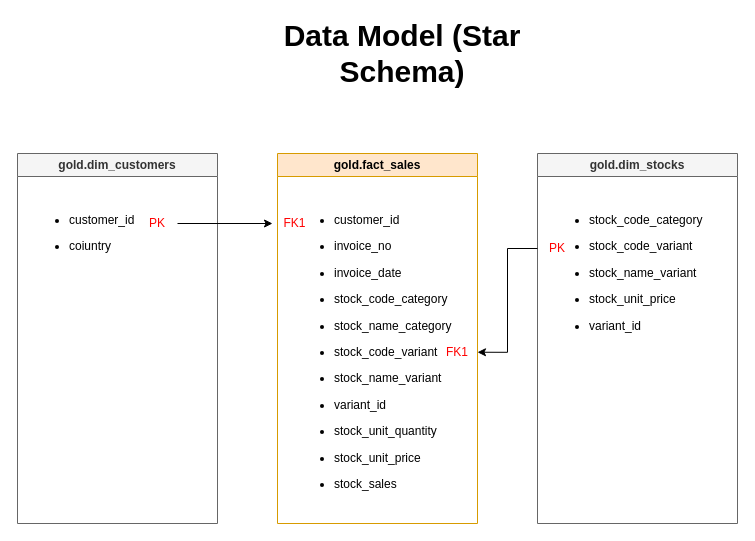
ChinKF99/Project-2-E-Commerce-Data-Analysis keeps this draw.io diagram as Data Model.drawio. Above is the earlier version. Source tidied: cells renumbered, new cells numbered last; positions are measured from the earlier drawing's top-left corner, leaving out a move shared by most shapes. Both pictures are drawn from the tidied source at 100%, with x=0, y=0 at pixel (17, 23).
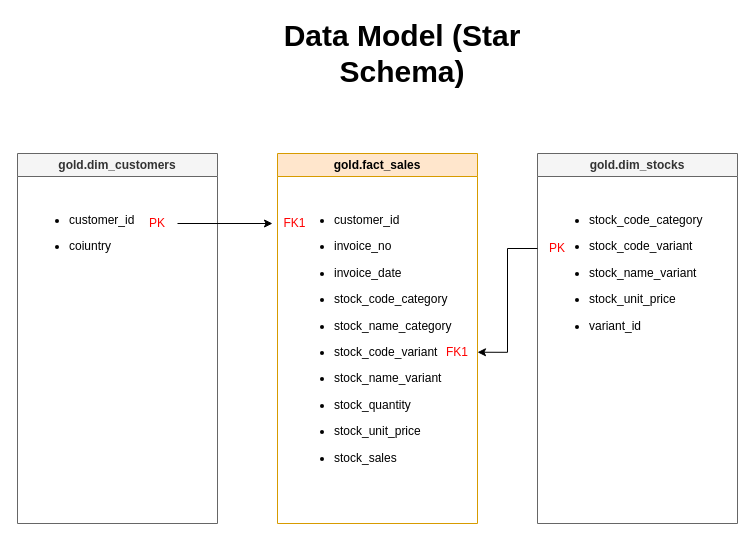
The same page after the edit.

The edit, as a diff of the source:
```diff
@@
 <mxGraphModel>
   <root>
     <mxCell id="0" />
     <mxCell id="1" parent="0" />
     <mxCell id="2" value="Data Model (Star Schema)" style="text;html=1;align=center;verticalAlign=middle;whiteSpace=wrap;rounded=0;strokeWidth=1;fontSize=30;fontStyle=1;" parent="1" vertex="1">
       <mxGeometry x="220" width="330" height="60" as="geometry" />
     </mxCell>
     <mxCell id="3" value="&lt;font color=&quot;#000000&quot;&gt;gold.fact_sales&lt;/font&gt;" style="swimlane;whiteSpace=wrap;html=1;fillColor=#ffe6cc;strokeColor=#d79b00;" parent="1" vertex="1">
       <mxGeometry x="260" y="130" width="200" height="370" as="geometry" />
     </mxCell>
-    <mxCell id="4" value="&lt;ul style=&quot;line-height: 220%;&quot;&gt;&lt;li&gt;&lt;font&gt;customer_id&lt;/font&gt;&lt;/li&gt;&lt;li&gt;&lt;span style=&quot;background-color: transparent; color: light-dark(rgb(0, 0, 0), rgb(255, 255, 255));&quot;&gt;invoice_no&lt;/span&gt;&lt;/li&gt;&lt;li&gt;invoice_date&lt;/li&gt;&lt;li&gt;&lt;font&gt;stock_code_category&lt;/font&gt;&lt;/li&gt;&lt;li&gt;&lt;font&gt;stock_name_category&lt;/font&gt;&lt;/li&gt;&lt;li&gt;&lt;font&gt;stock_code_variant&lt;/font&gt;&lt;/li&gt;&lt;li&gt;&lt;font&gt;stock_name_variant&lt;/font&gt;&lt;/li&gt;&lt;li&gt;&lt;font&gt;variant_id&lt;/font&gt;&lt;/li&gt;&lt;li&gt;&lt;font&gt;stock_unit_quantity&lt;/font&gt;&lt;/li&gt;&lt;li&gt;&lt;font&gt;stock_unit_price&lt;/font&gt;&lt;/li&gt;&lt;li&gt;&lt;font&gt;stock_sales&lt;/font&gt;&lt;/li&gt;&lt;/ul&gt;" style="text;html=1;whiteSpace=wrap;strokeColor=none;fillColor=none;align=left;verticalAlign=top;rounded=0;" parent="3" vertex="1">
-      <mxGeometry x="15" y="35" width="170" height="315" as="geometry" />
+    <mxCell id="4" value="&lt;ul style=&quot;line-height: 220%;&quot;&gt;&lt;li&gt;&lt;font&gt;customer_id&lt;/font&gt;&lt;/li&gt;&lt;li&gt;&lt;span style=&quot;background-color: transparent; color: light-dark(rgb(0, 0, 0), rgb(255, 255, 255));&quot;&gt;invoice_no&lt;/span&gt;&lt;/li&gt;&lt;li&gt;invoice_date&lt;/li&gt;&lt;li&gt;&lt;font&gt;stock_code_category&lt;/font&gt;&lt;/li&gt;&lt;li&gt;&lt;font&gt;stock_name_category&lt;/font&gt;&lt;/li&gt;&lt;li&gt;&lt;font&gt;stock_code_variant&lt;/font&gt;&lt;/li&gt;&lt;li&gt;&lt;font&gt;stock_name_variant&lt;/font&gt;&lt;/li&gt;&lt;li&gt;&lt;font&gt;stock_quantity&lt;/font&gt;&lt;/li&gt;&lt;li&gt;&lt;font&gt;stock_unit_price&lt;/font&gt;&lt;/li&gt;&lt;li&gt;&lt;font&gt;stock_sales&lt;/font&gt;&lt;/li&gt;&lt;/ul&gt;" style="text;html=1;whiteSpace=wrap;strokeColor=none;fillColor=none;align=left;verticalAlign=top;rounded=0;" parent="3" vertex="1">
+      <mxGeometry x="15" y="35" width="170" height="285" as="geometry" />
     </mxCell>
     <mxCell id="5" value="&lt;font style=&quot;color: rgb(255, 0, 0);&quot;&gt;FK1&lt;/font&gt;" style="text;html=1;whiteSpace=wrap;strokeColor=none;fillColor=none;align=center;verticalAlign=middle;rounded=0;" parent="3" vertex="1">
       <mxGeometry x="-5" y="50" width="45" height="40" as="geometry" />
     </mxCell>
     <mxCell id="6" value="&lt;font style=&quot;color: rgb(255, 0, 0);&quot;&gt;FK1&lt;/font&gt;" style="text;html=1;whiteSpace=wrap;strokeColor=none;fillColor=none;align=center;verticalAlign=middle;rounded=0;" parent="3" vertex="1">
       <mxGeometry x="160" y="190" width="40" height="17.5" as="geometry" />
     </mxCell>
     <mxCell id="7" value="gold.dim_stocks" style="swimlane;whiteSpace=wrap;html=1;fillColor=#f5f5f5;strokeColor=#666666;fontColor=#333333;" parent="1" vertex="1">
       <mxGeometry x="520" y="130" width="200" height="370" as="geometry" />
     </mxCell>
     <mxCell id="8" value="&lt;ul style=&quot;line-height: 220%;&quot;&gt;&lt;li&gt;&lt;font&gt;stock_code_category&lt;/font&gt;&lt;/li&gt;&lt;li&gt;&lt;font&gt;stock_code_variant&lt;/font&gt;&lt;/li&gt;&lt;li&gt;&lt;font&gt;stock_name_variant&lt;/font&gt;&lt;/li&gt;&lt;li&gt;&lt;font&gt;stock_unit_price&lt;/font&gt;&lt;/li&gt;&lt;li&gt;&lt;font&gt;variant_id&lt;/font&gt;&lt;/li&gt;&lt;/ul&gt;" style="text;html=1;whiteSpace=wrap;strokeColor=none;fillColor=none;align=left;verticalAlign=top;rounded=0;" parent="7" vertex="1">
       <mxGeometry x="10" y="35" width="170" height="155" as="geometry" />
     </mxCell>
     <mxCell id="9" value="&lt;font style=&quot;color: rgb(255, 0, 0);&quot;&gt;PK&lt;/font&gt;" style="text;html=1;whiteSpace=wrap;strokeColor=none;fillColor=none;align=center;verticalAlign=middle;rounded=0;" parent="7" vertex="1">
       <mxGeometry y="80" width="40" height="30" as="geometry" />
     </mxCell>
     <mxCell id="10" value="gold.dim_customers" style="swimlane;whiteSpace=wrap;html=1;fillColor=#f5f5f5;strokeColor=#666666;fontColor=#333333;" parent="1" vertex="1">
       <mxGeometry y="130" width="200" height="370" as="geometry" />
     </mxCell>
     <mxCell id="11" value="&lt;ul style=&quot;line-height: 220%;&quot;&gt;&lt;li&gt;customer_id&lt;/li&gt;&lt;li&gt;coiuntry&lt;/li&gt;&lt;/ul&gt;" style="text;html=1;whiteSpace=wrap;strokeColor=none;fillColor=none;align=left;verticalAlign=top;rounded=0;" parent="10" vertex="1">
       <mxGeometry x="10" y="35" width="140" height="80" as="geometry" />
     </mxCell>
     <mxCell id="12" value="&lt;font style=&quot;color: rgb(255, 0, 0);&quot;&gt;PK&lt;/font&gt;" style="text;html=1;whiteSpace=wrap;strokeColor=none;fillColor=none;align=center;verticalAlign=middle;rounded=0;" parent="10" vertex="1">
       <mxGeometry x="120" y="50" width="40" height="40" as="geometry" />
     </mxCell>
     <mxCell id="13" style="edgeStyle=orthogonalEdgeStyle;rounded=0;jettySize=auto;html=1;" parent="1" edge="1" source="12" target="5">
       <mxGeometry relative="1" as="geometry" />
     </mxCell>
     <mxCell id="14" style="rounded=0;jettySize=auto;html=1;edgeStyle=orthogonalEdgeStyle;entryX=1;entryY=0.5;entryDx=0;entryDy=0;" parent="1" edge="1" source="9" target="6">
       <mxGeometry relative="1" as="geometry" />
     </mxCell>
   </root>
 </mxGraphModel>
```
